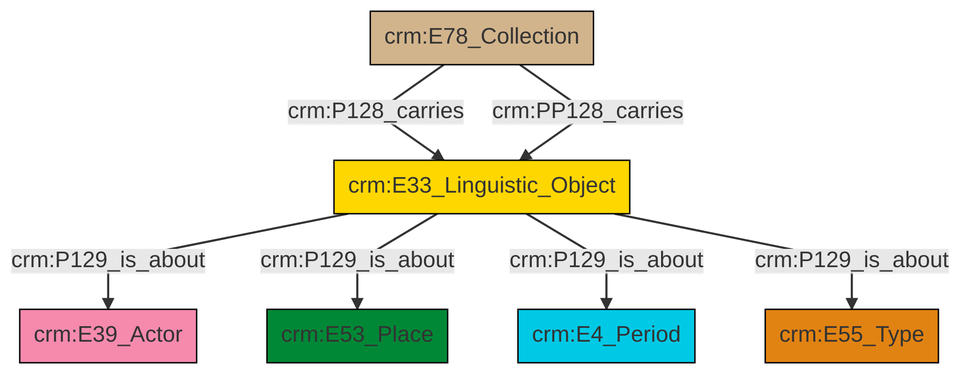
swiss-art-research-net/docs.swissartresearch keeps this Mermaid diagram as et/archivalCSV/ttl/mmd/png/archival_aboutness.png. Above is the earlier version. Its source is kept beside it as et/archivalCSV/ttl/mmd/archival_aboutness.ttl.mmd.
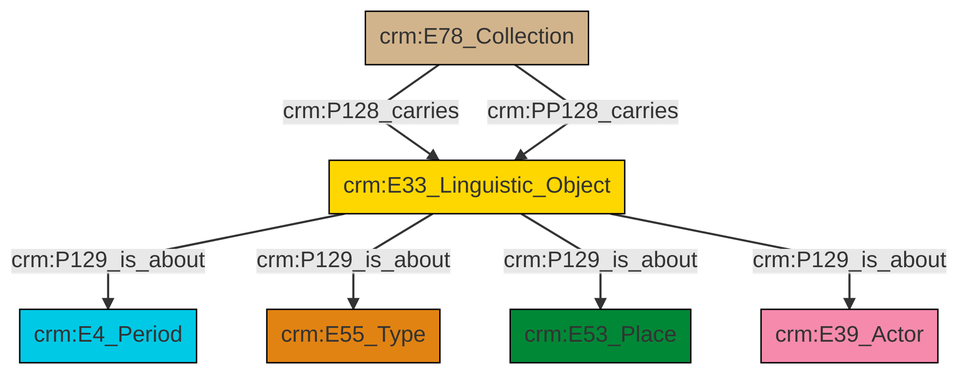
After the change.

Change to the diagram source:
```diff
@@ -13,9 +13,9 @@
 classDef PC_Classes fill:#4ce600, stroke:#000000;
 classDef Multi fill:#cccccc,stroke:#000000;
 
-0["crm:E33_Linguistic_Object"]:::Conceptual_Object -->|crm:P129_is_about| 1["crm:E39_Actor"]:::Actor
-0["crm:E33_Linguistic_Object"]:::Conceptual_Object -->|crm:P129_is_about| 2["crm:E53_Place"]:::Place
-3["crm:E78_Collection"]:::Physical_Thing -->|crm:P128_carries| 0["crm:E33_Linguistic_Object"]:::Conceptual_Object
-0["crm:E33_Linguistic_Object"]:::Conceptual_Object -->|crm:P129_is_about| 5["crm:E4_Period"]:::Temporal_Entity
-3["crm:E78_Collection"]:::Physical_Thing -->|crm:PP128_carries| 0["crm:E33_Linguistic_Object"]:::Conceptual_Object
-0["crm:E33_Linguistic_Object"]:::Conceptual_Object -->|crm:P129_is_about| 8["crm:E55_Type"]:::Type
+6["crm:E33_Linguistic_Object"]:::Conceptual_Object -->|crm:P129_is_about| 2["crm:E4_Period"]:::Temporal_Entity
+6["crm:E33_Linguistic_Object"]:::Conceptual_Object -->|crm:P129_is_about| 7["crm:E55_Type"]:::Type
+10["crm:E78_Collection"]:::Physical_Thing -->|crm:P128_carries| 6["crm:E33_Linguistic_Object"]:::Conceptual_Object
+6["crm:E33_Linguistic_Object"]:::Conceptual_Object -->|crm:P129_is_about| 0["crm:E53_Place"]:::Place
+6["crm:E33_Linguistic_Object"]:::Conceptual_Object -->|crm:P129_is_about| 4["crm:E39_Actor"]:::Actor
+10["crm:E78_Collection"]:::Physical_Thing -->|crm:PP128_carries| 6["crm:E33_Linguistic_Object"]:::Conceptual_Object
```
